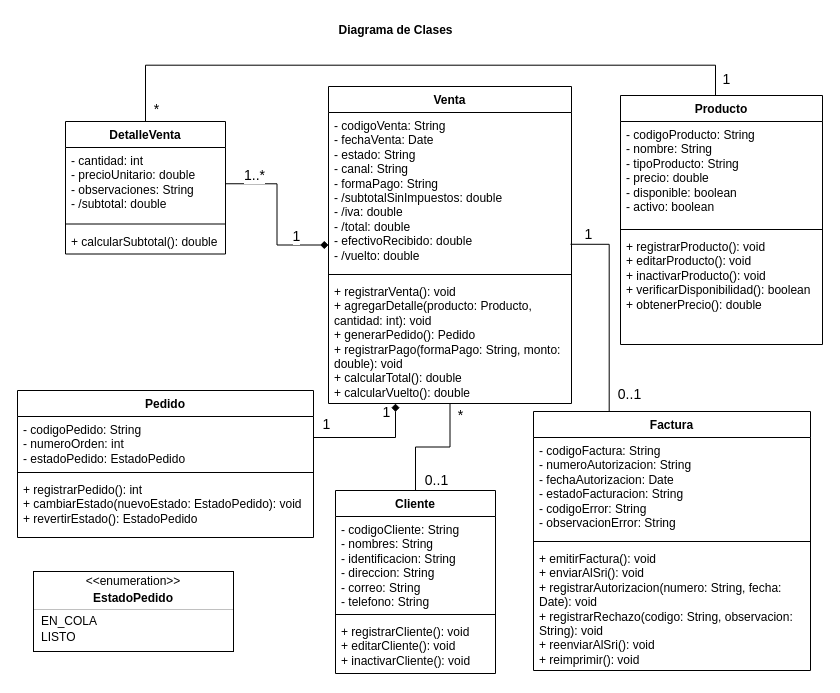
The draw.io diagram Ae5-Modelos-UML/fuentes/diagrama-clases.drawio in tonysanginez/UCOM304-Sistema-Facturacion-Sushi, before the edit. Source tidied: cells renumbered, new cells numbered last; positions are measured from the earlier drawing's top-left corner, leaving out a move shared by most shapes. Both pictures are drawn from the tidied source at 100%, with x=0, y=0 at pixel (17, 17).
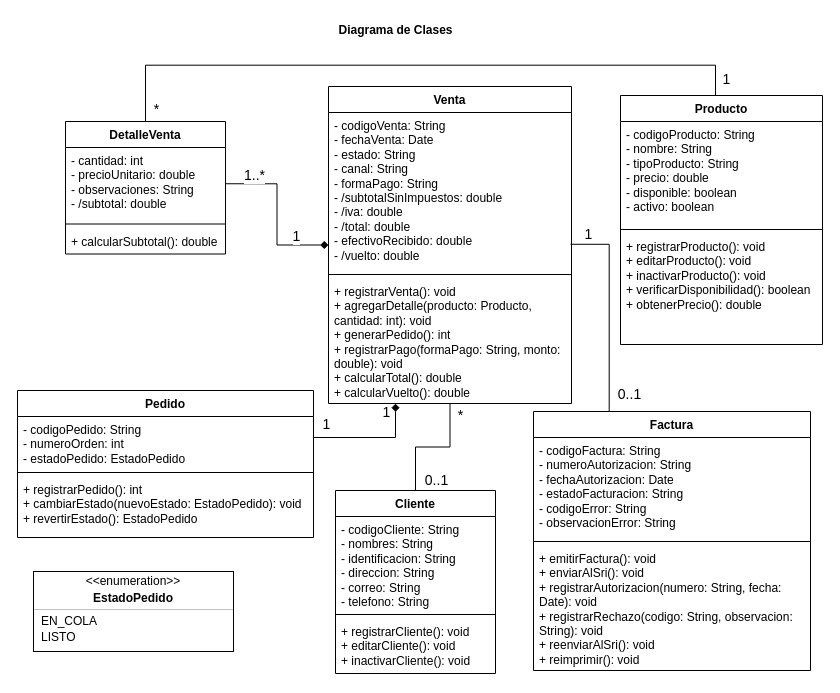
The same diagram, later.

Commit message (it also covers changes not shown here):
Ae5: diagramas de clases y secuencias

Unchanged cells that the change refers to:
```xml
<mxCell id="11" value="Venta" style="swimlane;fontStyle=1;align=center;verticalAlign=top;horizontal=1;startSize=26;whiteSpace=wrap;html=1;" parent="1" vertex="1">
  <mxGeometry x="311" y="69" width="243" height="317" as="geometry" />
</mxCell>
```

The edit, as a diff of the source:
```diff
@@
-    <mxCell id="14" value="+ registrarVenta(): void&lt;br&gt;+ agregarDetalle(producto: Producto, cantidad: int): void&amp;nbsp;&lt;br&gt;+ generarPedido(): Pedido&amp;nbsp;&lt;br&gt;+ registrarPago(formaPago: String, monto: double): void&amp;nbsp;&lt;br&gt;+ calcularTotal(): double&lt;br&gt;+ calcularVuelto(): double" style="text;strokeColor=none;fillColor=none;align=left;verticalAlign=top;spacingLeft=4;spacingRight=4;overflow=hidden;whiteSpace=wrap;html=1;" parent="11" vertex="1">
+    <mxCell id="14" value="+ registrarVenta(): void&lt;br&gt;+ agregarDetalle(producto: Producto, cantidad: int): void&amp;nbsp;&lt;br&gt;+ generarPedido(): int&amp;nbsp;&lt;br&gt;+ registrarPago(formaPago: String, monto: double): void&amp;nbsp;&lt;br&gt;+ calcularTotal(): double&lt;br&gt;+ calcularVuelto(): double" style="text;strokeColor=none;fillColor=none;align=left;verticalAlign=top;spacingLeft=4;spacingRight=4;overflow=hidden;whiteSpace=wrap;html=1;" parent="11" vertex="1">
       <mxGeometry y="192" width="243" height="125" as="geometry" />
     </mxCell>
```
